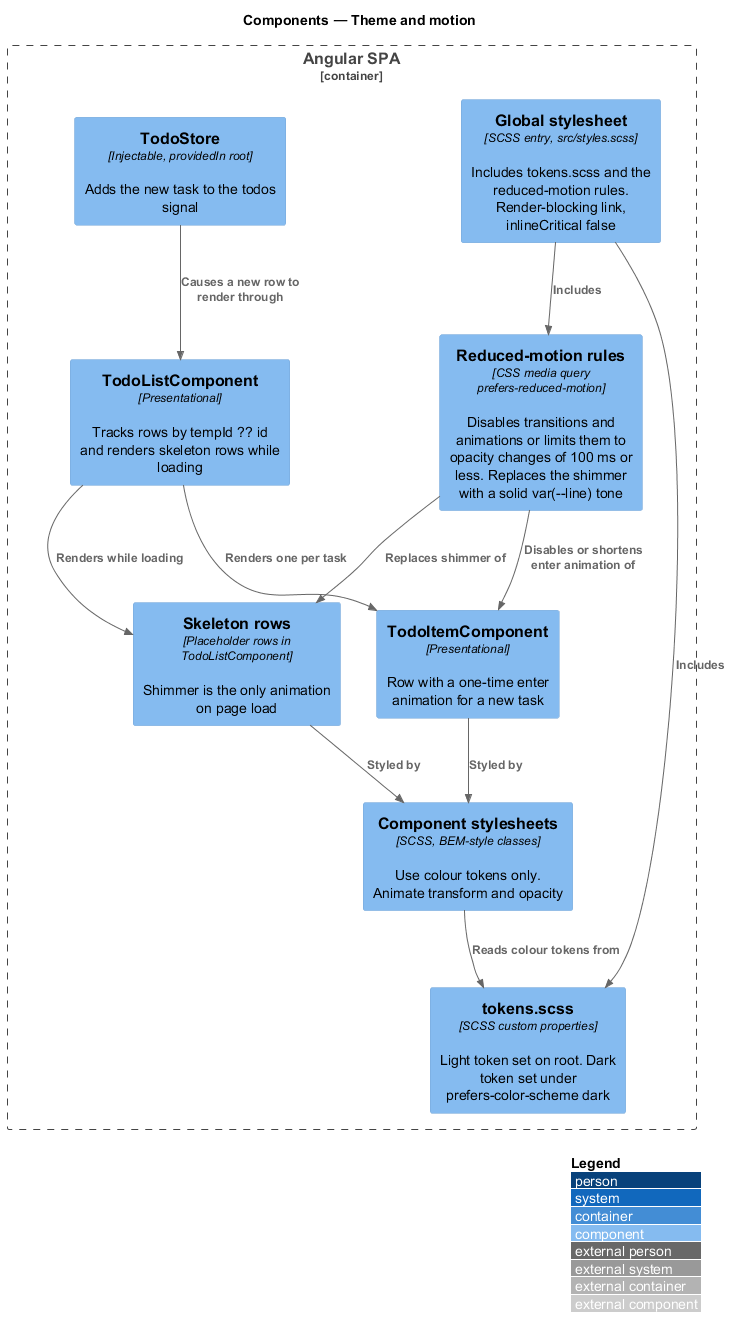
The PlantUML diagram docs/detailed-designs/interface/theme-and-motion/diagrams/c4-component.png in QuinntyneBrown/php-todo-lab, before a commit.
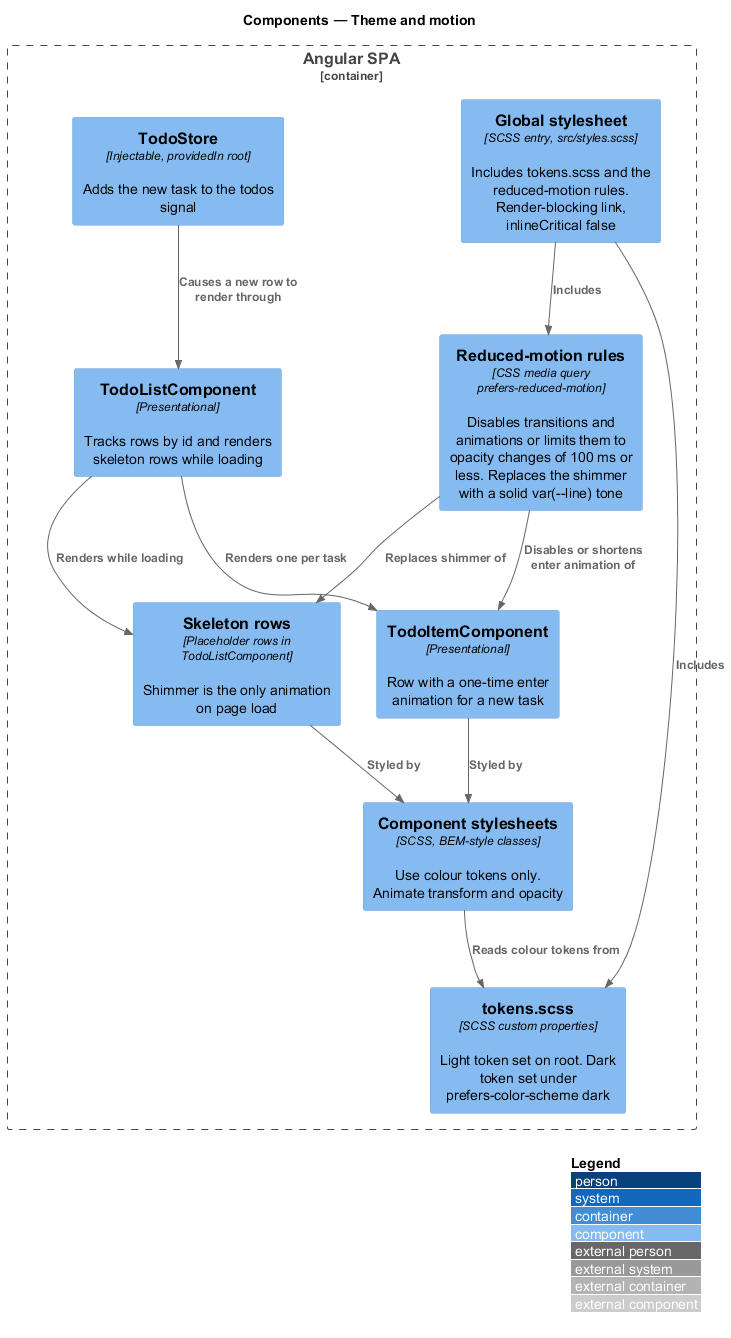
The same file after the commit.

What changed in the source:
```diff
@@ -9,7 +9,7 @@
   Component(motion, "Reduced-motion rules", "CSS media query prefers-reduced-motion", "Disables transitions and animations or limits them to opacity changes of 100 ms or less. Replaces the shimmer with a solid var(--line) tone")
   Component(css, "Component stylesheets", "SCSS, BEM-style classes", "Use colour tokens only. Animate transform and opacity")
   Component(item, "TodoItemComponent", "Presentational", "Row with a one-time enter animation for a new task")
-  Component(list, "TodoListComponent", "Presentational", "Tracks rows by tempId ?? id and renders skeleton rows while loading")
+  Component(list, "TodoListComponent", "Presentational", "Tracks rows by id and renders skeleton rows while loading")
   Component(skeleton, "Skeleton rows", "Placeholder rows in TodoListComponent", "Shimmer is the only animation on page load")
   Component(store, "TodoStore", "Injectable, providedIn root", "Adds the new task to the todos signal")
 }
```
